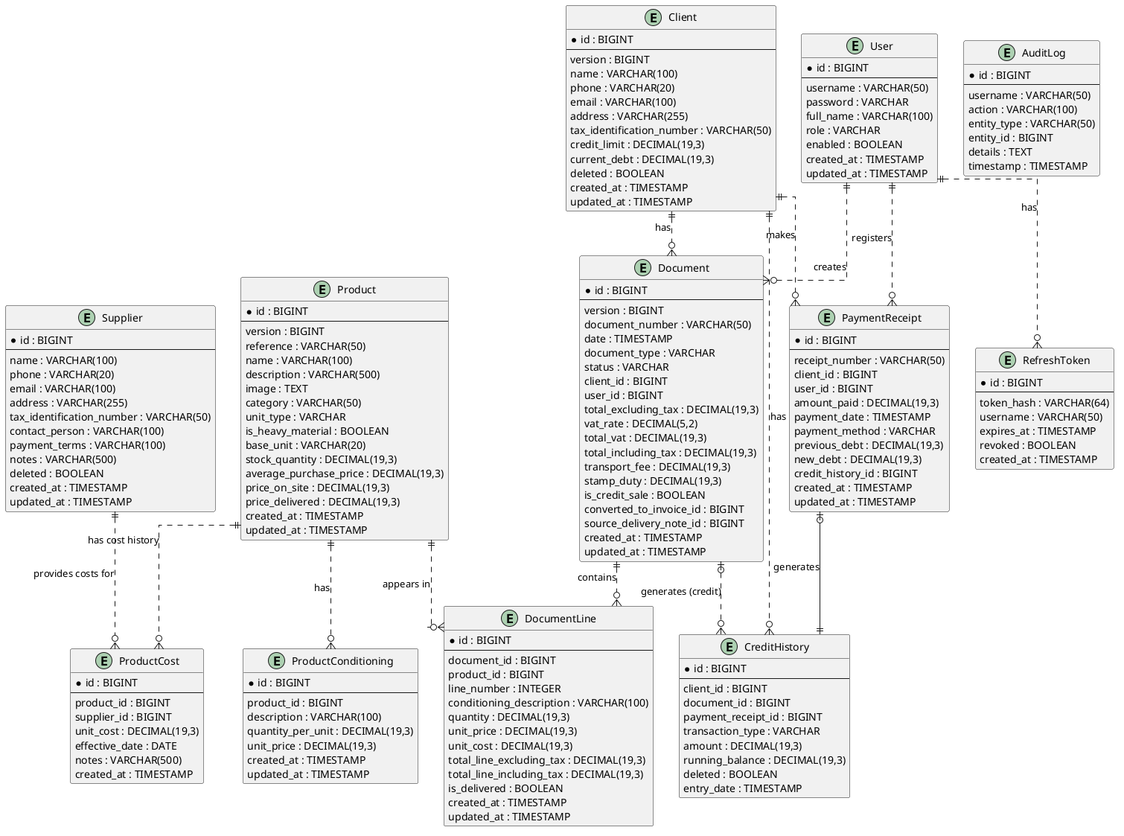
The PlantUML diagram docs/images/Hardware-Store-Entity-Relationships.png in mAmineChniti/hardware_store, before a commit.
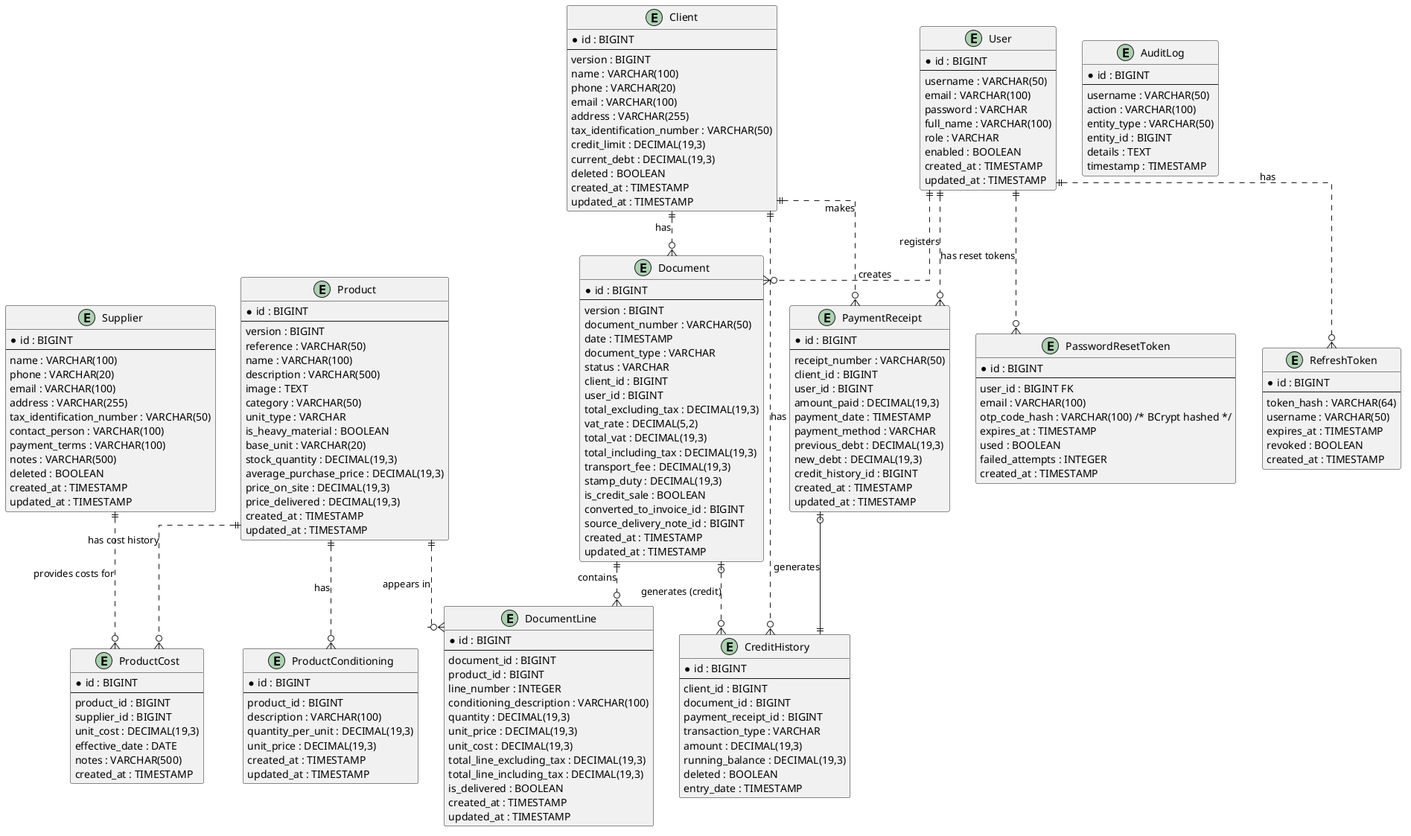
Later version of the same file.

Change to the diagram source:
```diff
@@ -6,6 +6,7 @@
   *id : BIGINT
   --
   username : VARCHAR(50)
+  email : VARCHAR(100)
   password : VARCHAR
   full_name : VARCHAR(100)
   role : VARCHAR
@@ -178,10 +179,23 @@
   created_at : TIMESTAMP
 }
 
+entity "PasswordResetToken" as password_reset_token {
+  *id : BIGINT
+  --
+  user_id : BIGINT FK
+  email : VARCHAR(100)
+  otp_code_hash : VARCHAR(100) /* BCrypt hashed */
+  expires_at : TIMESTAMP
+  used : BOOLEAN
+  failed_attempts : INTEGER
+  created_at : TIMESTAMP
+}
+
 
 user ||..o{ document : "creates"
 user ||..o{ payment_receipt : "registers"
 user ||..o{ refresh_token : "has"
+user ||..o{ password_reset_token : "has reset tokens"
 
 client ||..o{ document : "has"
 client ||..o{ payment_receipt : "makes"
```
